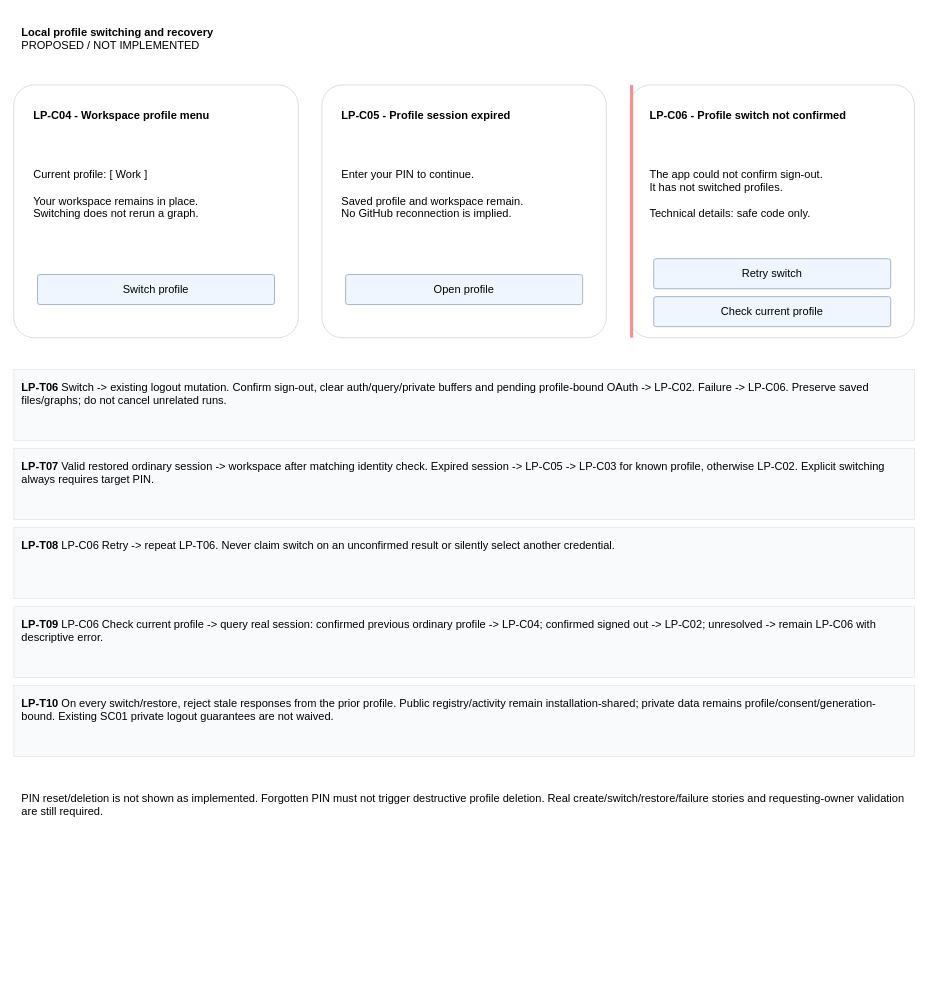
amadou-6e/specs keeps this draw.io diagram as page "Switching and session recovery" (2 of 2) of projects/laomedo/subsystems/agent-execution/design/local-profiles.drawio. Above is the earlier version. Source tidied: cells renumbered, new cells numbered last; positions are measured from the earlier drawing's top-left corner, leaving out a move shared by most shapes. Both pictures are drawn from the tidied source at 79%, with x=0, y=0 at pixel (13, 13).
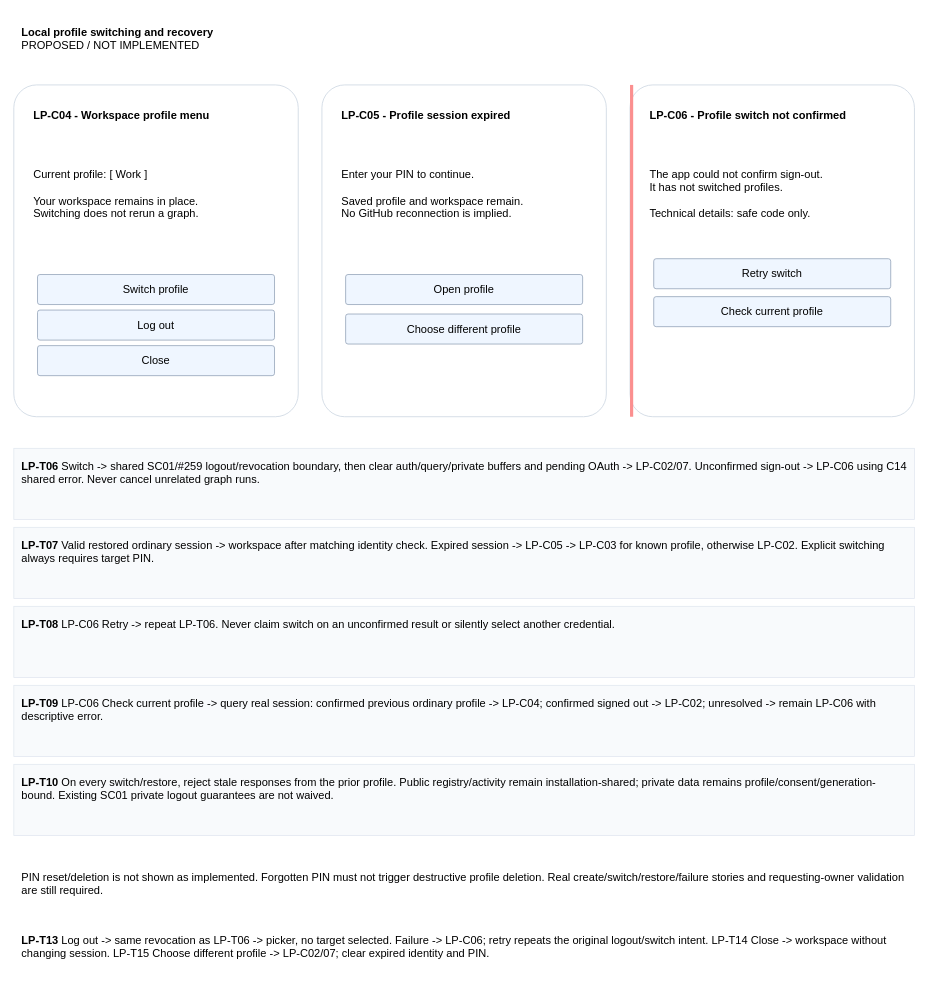
The same diagram, later.

Commit message (it also covers changes not shown here):
Clarify local profile startup and recovery states

The edit, as a diff of the source:
```diff
@@
     <mxCell id="3" style="whiteSpace=wrap;html=1;fontFamily=Arial;fontSize=14;align=left;verticalAlign=top;spacing=10;rounded=1;arcSize=8;fillColor=#FFFFFF;strokeColor=#CBD5E1;" parent="1" vertex="1">
-      <mxGeometry y="90" width="360" height="320" as="geometry" />
+      <mxGeometry y="90" width="360" height="420" as="geometry" />
     </mxCell>
@@
     <mxCell id="5" style="whiteSpace=wrap;html=1;fontFamily=Arial;fontSize=14;align=left;verticalAlign=top;spacing=10;rounded=1;arcSize=8;fillColor=#FFFFFF;strokeColor=#CBD5E1;" parent="1" vertex="1">
-      <mxGeometry x="390" y="90" width="360" height="320" as="geometry" />
+      <mxGeometry x="390" y="90" width="360" height="420" as="geometry" />
     </mxCell>
@@
     <mxCell id="7" style="whiteSpace=wrap;html=1;fontFamily=Arial;fontSize=14;align=left;verticalAlign=top;spacing=10;rounded=1;arcSize=8;fillColor=#FFFFFF;strokeColor=#CBD5E1;" parent="1" vertex="1">
-      <mxGeometry x="780" y="90" width="360" height="320" as="geometry" />
+      <mxGeometry x="780" y="90" width="360" height="420" as="geometry" />
     </mxCell>
@@
     <mxCell id="13" style="whiteSpace=wrap;html=1;fontFamily=Arial;fontSize=14;align=left;verticalAlign=top;spacing=10;fillColor=#FB8F8F;strokeColor=none;" parent="1" vertex="1">
-      <mxGeometry x="780" y="90" width="4" height="320" as="geometry" />
+      <mxGeometry x="780" y="90" width="4" height="420" as="geometry" />
     </mxCell>
@@
-    <mxCell id="17" value="&lt;b&gt;LP-T06&lt;/b&gt; Switch -&gt; existing logout mutation. Confirm sign-out, clear auth/query/private buffers and pending profile-bound OAuth -&gt; LP-C02. Failure -&gt; LP-C06. Preserve saved files/graphs; do not cancel unrelated runs." style="whiteSpace=wrap;html=1;fontFamily=Arial;fontSize=14;align=left;verticalAlign=top;spacing=10;fillColor=#F8FAFC;strokeColor=#E2E8F0;" parent="1" vertex="1">
-      <mxGeometry y="450" width="1140" height="90" as="geometry" />
+    <mxCell id="17" value="&lt;b&gt;LP-T06&lt;/b&gt; Switch -&gt; shared SC01/#259 logout/revocation boundary, then clear auth/query/private buffers and pending OAuth -&gt; LP-C02/07. Unconfirmed sign-out -&gt; LP-C06 using C14 shared error. Never cancel unrelated graph runs." style="whiteSpace=wrap;html=1;fontFamily=Arial;fontSize=14;align=left;verticalAlign=top;spacing=10;fillColor=#F8FAFC;strokeColor=#E2E8F0;" parent="1" vertex="1">
+      <mxGeometry y="550" width="1140" height="90" as="geometry" />
     </mxCell>
     <mxCell id="18" value="&lt;b&gt;LP-T07&lt;/b&gt; Valid restored ordinary session -&gt; workspace after matching identity check. Expired session -&gt; LP-C05 -&gt; LP-C03 for known profile, otherwise LP-C02. Explicit switching always requires target PIN." style="whiteSpace=wrap;html=1;fontFamily=Arial;fontSize=14;align=left;verticalAlign=top;spacing=10;fillColor=#F8FAFC;strokeColor=#E2E8F0;" parent="1" vertex="1">
-      <mxGeometry y="550" width="1140" height="90" as="geometry" />
+      <mxGeometry y="650" width="1140" height="90" as="geometry" />
     </mxCell>
     <mxCell id="19" value="&lt;b&gt;LP-T08&lt;/b&gt; LP-C06 Retry -&gt; repeat LP-T06. Never claim switch on an unconfirmed result or silently select another credential." style="whiteSpace=wrap;html=1;fontFamily=Arial;fontSize=14;align=left;verticalAlign=top;spacing=10;fillColor=#F8FAFC;strokeColor=#E2E8F0;" parent="1" vertex="1">
-      <mxGeometry y="650" width="1140" height="90" as="geometry" />
+      <mxGeometry y="750" width="1140" height="90" as="geometry" />
     </mxCell>
     <mxCell id="20" value="&lt;b&gt;LP-T09&lt;/b&gt; LP-C06 Check current profile -&gt; query real session: confirmed previous ordinary profile -&gt; LP-C04; confirmed signed out -&gt; LP-C02; unresolved -&gt; remain LP-C06 with descriptive error." style="whiteSpace=wrap;html=1;fontFamily=Arial;fontSize=14;align=left;verticalAlign=top;spacing=10;fillColor=#F8FAFC;strokeColor=#E2E8F0;" parent="1" vertex="1">
-      <mxGeometry y="750" width="1140" height="90" as="geometry" />
+      <mxGeometry y="850" width="1140" height="90" as="geometry" />
     </mxCell>
     <mxCell id="21" value="&lt;b&gt;LP-T10&lt;/b&gt; On every switch/restore, reject stale responses from the prior profile. Public registry/activity remain installation-shared; private data remains profile/consent/generation-bound. Existing SC01 private logout guarantees are not waived." style="whiteSpace=wrap;html=1;fontFamily=Arial;fontSize=14;align=left;verticalAlign=top;spacing=10;fillColor=#F8FAFC;strokeColor=#E2E8F0;" parent="1" vertex="1">
-      <mxGeometry y="850" width="1140" height="90" as="geometry" />
+      <mxGeometry y="950" width="1140" height="90" as="geometry" />
     </mxCell>
     <mxCell id="22" value="PIN reset/deletion is not shown as implemented. Forgotten PIN must not trigger destructive profile deletion. Real create/switch/restore/failure stories and requesting-owner validation are still required." style="whiteSpace=wrap;html=1;fontFamily=Arial;fontSize=14;align=left;verticalAlign=top;spacing=10;fillColor=none;strokeColor=none;" parent="1" vertex="1">
-      <mxGeometry y="970" width="1140" height="70" as="geometry" />
+      <mxGeometry y="1070" width="1140" height="70" as="geometry" />
     </mxCell>
+    <mxCell id="23" value="Log out" style="whiteSpace=wrap;html=1;fontFamily=Arial;fontSize=14;align=left;verticalAlign=top;spacing=10;rounded=1;arcSize=8;align=center;verticalAlign=middle;fillColor=#EFF6FF;strokeColor=#94A3B8;" parent="1" vertex="1">
+      <mxGeometry x="30" y="375" width="300" height="38" as="geometry" />
+    </mxCell>
+    <mxCell id="24" value="Close" style="whiteSpace=wrap;html=1;fontFamily=Arial;fontSize=14;align=left;verticalAlign=top;spacing=10;rounded=1;arcSize=8;align=center;verticalAlign=middle;fillColor=#EFF6FF;strokeColor=#94A3B8;" parent="1" vertex="1">
+      <mxGeometry x="30" y="420" width="300" height="38" as="geometry" />
+    </mxCell>
+    <mxCell id="25" value="Choose different profile" style="whiteSpace=wrap;html=1;fontFamily=Arial;fontSize=14;align=left;verticalAlign=top;spacing=10;rounded=1;arcSize=8;align=center;verticalAlign=middle;fillColor=#EFF6FF;strokeColor=#94A3B8;" parent="1" vertex="1">
+      <mxGeometry x="420" y="380" width="300" height="38" as="geometry" />
+    </mxCell>
+    <mxCell id="26" value="&lt;b&gt;LP-T13&lt;/b&gt; Log out -&gt; same revocation as LP-T06 -&gt; picker, no target selected. Failure -&gt; LP-C06; retry repeats the original logout/switch intent. LP-T14 Close -&gt; workspace without changing session. LP-T15 Choose different profile -&gt; LP-C02/07; clear expired identity and PIN." style="whiteSpace=wrap;html=1;fontFamily=Arial;fontSize=14;align=left;verticalAlign=top;spacing=10;fillColor=none;strokeColor=none;" parent="1" vertex="1">
+      <mxGeometry y="1150" width="1140" height="85" as="geometry" />
+    </mxCell>
```
